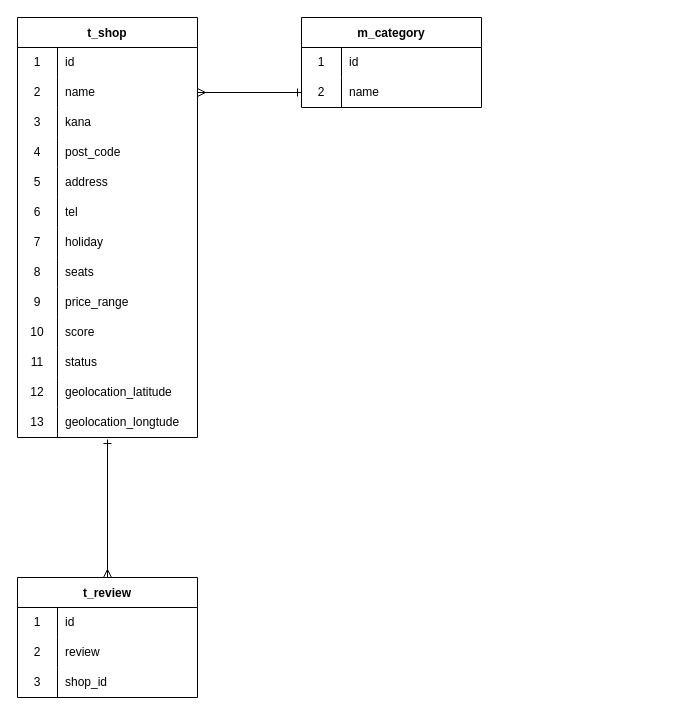
Above: er.drawio in ikun2019/tastylog (draw.io), before the change. Source tidied: cells renumbered, new cells numbered last; positions are measured from the earlier drawing's top-left corner, leaving out a move shared by most shapes. Both pictures are drawn from the tidied source at 100%, with x=0, y=0 at pixel (17, 17).
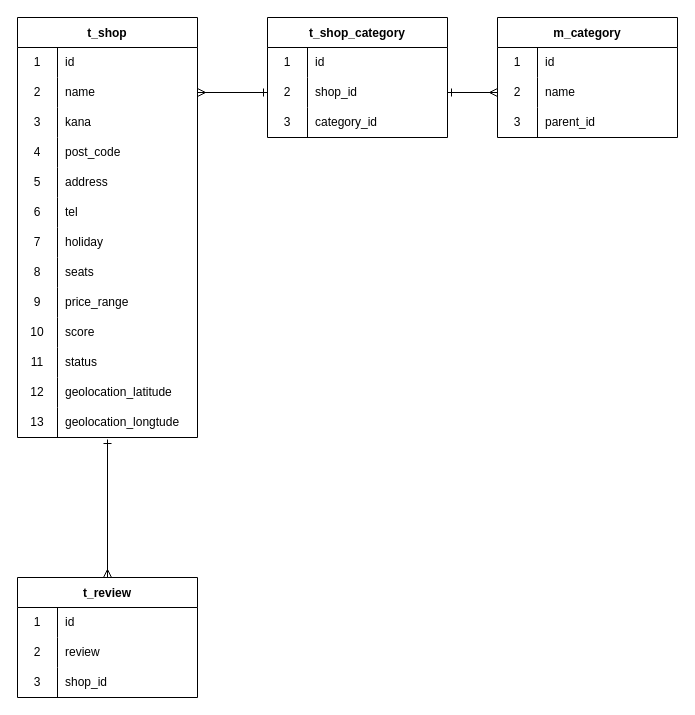
The same diagram, later.

Unchanged cells that the change refers to:
```xml
<mxCell id="6" style="shape=tableRow;horizontal=0;startSize=0;swimlaneHead=0;swimlaneBody=0;top=0;left=0;bottom=0;right=0;fillColor=none;points=[[0,0.5],[1,0.5]];portConstraint=eastwest;" parent="2" vertex="1">
  <mxGeometry y="60" width="180" height="30" as="geometry" />
</mxCell>
<mxCell id="57" style="shape=tableRow;horizontal=0;startSize=0;swimlaneHead=0;swimlaneBody=0;top=0;left=0;bottom=0;right=0;fillColor=none;points=[[0,0.5],[1,0.5]];portConstraint=eastwest;" parent="53" vertex="1">
  <mxGeometry y="60" width="180" height="30" as="geometry" />
</mxCell>
```

Change to the diagram source:
```diff
@@
     <mxCell id="53" value="m_category" style="shape=table;startSize=30;childLayout=tableLayout;rowLines=0;fontStyle=1;" parent="1" vertex="1">
-      <mxGeometry x="284" width="180" height="90" as="geometry" />
+      <mxGeometry x="480" width="180" height="120" as="geometry" />
     </mxCell>
@@
-    <mxCell id="60" style="endArrow=ERmany;html=1;entryX=1;entryY=0.5;entryDx=0;entryDy=0;exitX=0;exitY=0.5;exitDx=0;exitDy=0;startArrow=ERone;startFill=0;endFill=0;" parent="1" edge="1" source="57" target="6">
-      <mxGeometry relative="1" as="geometry" />
-    </mxCell>
+    <mxCell id="61" style="shape=tableRow;horizontal=0;startSize=0;swimlaneHead=0;swimlaneBody=0;top=0;left=0;bottom=0;right=0;fillColor=none;" parent="53" vertex="1">
+      <mxGeometry y="90" width="180" height="30" as="geometry" />
+    </mxCell>
+    <mxCell id="62" value="3" style="shape=partialRectangle;html=1;whiteSpace=wrap;fillColor=none;top=0;left=0;bottom=0;right=0;overflow=hidden;" parent="61" vertex="1">
+      <mxGeometry width="40" height="30" as="geometry" />
+    </mxCell>
+    <mxCell id="63" value="parent_id" style="shape=partialRectangle;html=1;whiteSpace=wrap;fillColor=none;top=0;left=0;bottom=0;right=0;align=left;spacingLeft=6;overflow=hidden;" parent="61" vertex="1">
+      <mxGeometry x="40" width="140" height="30" as="geometry" />
+    </mxCell>
+    <mxCell id="64" value="t_shop_category" style="shape=table;startSize=30;childLayout=tableLayout;rowLines=0;fontStyle=1;" parent="1" vertex="1">
+      <mxGeometry x="250" width="180" height="120" as="geometry" />
+    </mxCell>
+    <mxCell id="65" style="shape=tableRow;horizontal=0;startSize=0;swimlaneHead=0;swimlaneBody=0;top=0;left=0;bottom=0;right=0;fillColor=none;" parent="64" vertex="1">
+      <mxGeometry y="30" width="180" height="30" as="geometry" />
+    </mxCell>
+    <mxCell id="66" value="1" style="shape=partialRectangle;html=1;whiteSpace=wrap;fillColor=none;top=0;left=0;bottom=0;right=0;overflow=hidden;" parent="65" vertex="1">
+      <mxGeometry width="40" height="30" as="geometry" />
+    </mxCell>
+    <mxCell id="67" value="id" style="shape=partialRectangle;html=1;whiteSpace=wrap;fillColor=none;top=0;left=0;bottom=0;right=0;align=left;spacingLeft=6;overflow=hidden;" parent="65" vertex="1">
+      <mxGeometry x="40" width="140" height="30" as="geometry" />
+    </mxCell>
+    <mxCell id="68" style="shape=tableRow;horizontal=0;startSize=0;swimlaneHead=0;swimlaneBody=0;top=0;left=0;bottom=0;right=0;fillColor=none;points=[[0,0.5],[1,0.5]];portConstraint=eastwest;" parent="64" vertex="1">
+      <mxGeometry y="60" width="180" height="30" as="geometry" />
+    </mxCell>
+    <mxCell id="69" value="2" style="shape=partialRectangle;html=1;whiteSpace=wrap;fillColor=none;top=0;left=0;bottom=0;right=0;overflow=hidden;" parent="68" vertex="1">
+      <mxGeometry width="40" height="30" as="geometry" />
+    </mxCell>
+    <mxCell id="70" value="shop_id" style="shape=partialRectangle;html=1;whiteSpace=wrap;fillColor=none;top=0;left=0;bottom=0;right=0;align=left;spacingLeft=6;overflow=hidden;" parent="68" vertex="1">
+      <mxGeometry x="40" width="140" height="30" as="geometry" />
+    </mxCell>
+    <mxCell id="71" style="shape=tableRow;horizontal=0;startSize=0;swimlaneHead=0;swimlaneBody=0;top=0;left=0;bottom=0;right=0;fillColor=none;" parent="64" vertex="1">
+      <mxGeometry y="90" width="180" height="30" as="geometry" />
+    </mxCell>
+    <mxCell id="72" value="3" style="shape=partialRectangle;html=1;whiteSpace=wrap;fillColor=none;top=0;left=0;bottom=0;right=0;overflow=hidden;" parent="71" vertex="1">
+      <mxGeometry width="40" height="30" as="geometry" />
+    </mxCell>
+    <mxCell id="73" value="category_id" style="shape=partialRectangle;html=1;whiteSpace=wrap;fillColor=none;top=0;left=0;bottom=0;right=0;align=left;spacingLeft=6;overflow=hidden;" parent="71" vertex="1">
+      <mxGeometry x="40" width="140" height="30" as="geometry" />
+    </mxCell>
+    <mxCell id="74" style="edgeStyle=none;html=1;exitX=0;exitY=0.5;exitDx=0;exitDy=0;startArrow=ERone;startFill=0;endArrow=ERmany;endFill=0;" parent="1" edge="1" source="68" target="6">
+      <mxGeometry relative="1" as="geometry" />
+    </mxCell>
+    <mxCell id="75" style="edgeStyle=none;html=1;exitX=1;exitY=0.5;exitDx=0;exitDy=0;entryX=0;entryY=0.5;entryDx=0;entryDy=0;startArrow=ERone;startFill=0;endArrow=ERmany;endFill=0;" parent="1" edge="1" source="68" target="57">
+      <mxGeometry relative="1" as="geometry" />
+    </mxCell>
```
